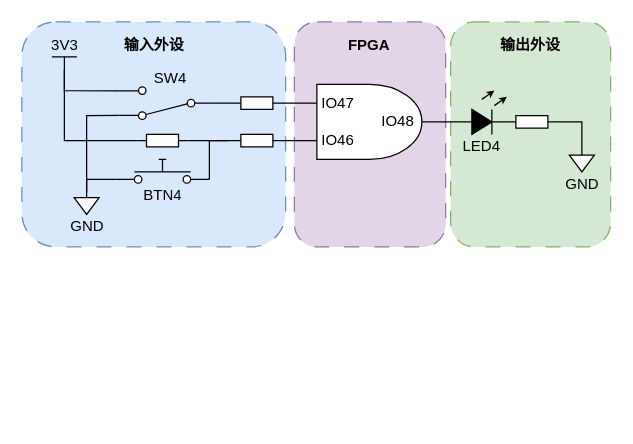
Above: page "与门_实际" (8 of 12) of 多功能数字钟_实验指导书.drawio in zeandon/draw.io (draw.io), before the change. Source tidied: cells renumbered, new cells numbered last; positions are measured from the earlier drawing's top-left corner, leaving out a move shared by most shapes. Both pictures are drawn from the tidied source at 125%, with x=0, y=0 at pixel (21, 21). Pictures stored in the file or linked from it are replaced by grey dashed boxes.
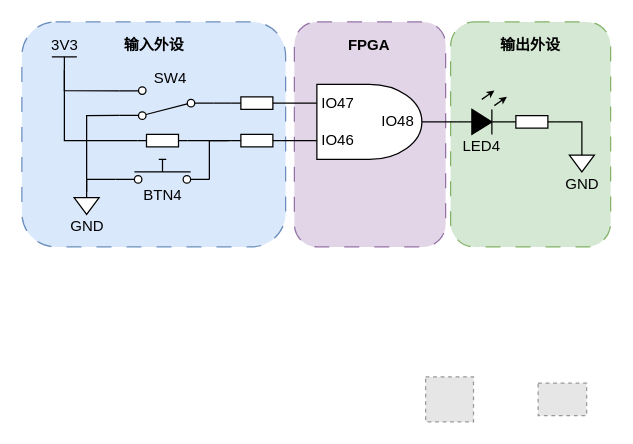
After the change.

Change to the diagram source:
```diff
@@
+    <mxCell id="36" style="fillColor=#E6E6E6;strokeColor=#999999;dashed=1;verticalLabelPosition=bottom;labelBackgroundColor=default;verticalAlign=top;" parent="1" vertex="1">
+      <mxGeometry x="413" y="289" width="38.8" height="26" as="geometry" />
+    </mxCell>
+    <mxCell id="37" style="fillColor=#E6E6E6;strokeColor=#999999;dashed=1;verticalLabelPosition=bottom;labelBackgroundColor=default;verticalAlign=top;" parent="1" vertex="1">
+      <mxGeometry x="323" y="284" width="38.3" height="36" as="geometry" />
+    </mxCell>
```
